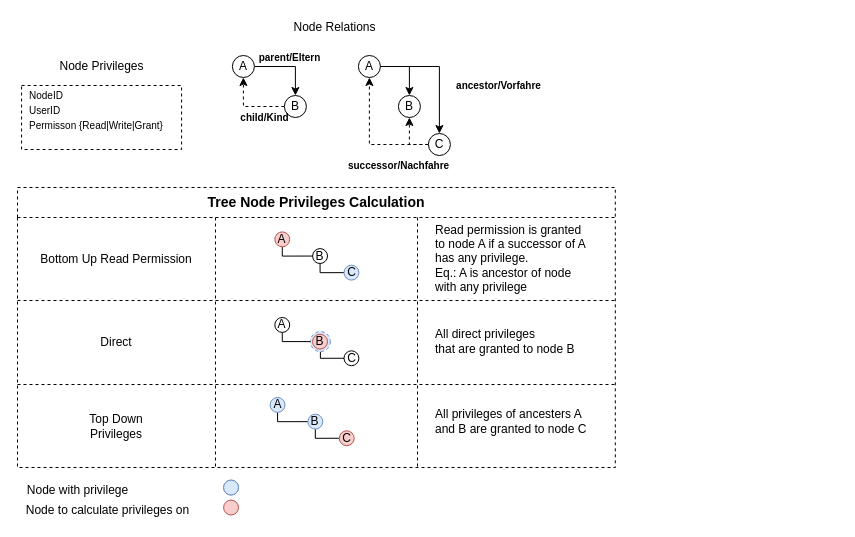
Before: docs/NodeRelations.drawio in BayCEER/bayeos-api, a draw.io diagram. Source tidied: cells renumbered, new cells numbered last; positions are measured from the earlier drawing's top-left corner, leaving out a move shared by most shapes. Both pictures are drawn from the tidied source at 100%, with x=0, y=0 at pixel (17, 17).
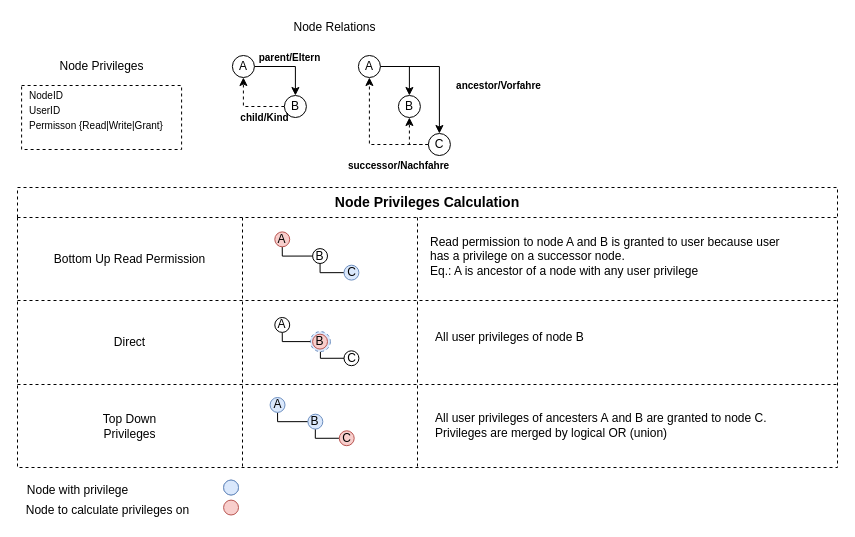
The same diagram, later.

Diff of the diagram source:
```diff
@@
-    <mxCell id="15" value="&lt;font style=&quot;font-size: 14px&quot;&gt;Tree Node Privileges Calculation&lt;/font&gt;" style="shape=table;html=1;whiteSpace=wrap;startSize=30;childLayout=tableLayout;fontStyle=1;align=center;dashed=1;" parent="1" vertex="1">
-      <mxGeometry y="170" width="597.8" height="280" as="geometry" />
+    <mxCell id="15" value="&lt;font style=&quot;font-size: 14px&quot;&gt;Node Privileges Calculation&lt;/font&gt;" style="shape=table;html=1;whiteSpace=wrap;startSize=30;childLayout=tableLayout;fontStyle=1;align=center;dashed=1;" parent="1" vertex="1">
+      <mxGeometry y="170" width="820" height="280" as="geometry" />
     </mxCell>
     <mxCell id="16" style="shape=partialRectangle;html=1;whiteSpace=wrap;fillColor=none;top=0;left=0;bottom=0;right=0;" parent="15" vertex="1">
-      <mxGeometry y="30" width="597.8" height="83" as="geometry" />
+      <mxGeometry y="30" width="820" height="83" as="geometry" />
     </mxCell>
     <mxCell id="17" value="Bottom Up Read Permission" style="shape=partialRectangle;html=1;whiteSpace=wrap;fillColor=none;top=0;left=0;bottom=0;right=0;overflow=hidden;" parent="16" vertex="1">
-      <mxGeometry width="198" height="83" as="geometry" />
+      <mxGeometry width="225" height="83" as="geometry" />
     </mxCell>
     <mxCell id="18" style="shape=partialRectangle;html=1;whiteSpace=wrap;fillColor=none;top=0;left=0;bottom=0;right=0;overflow=hidden;" parent="16" vertex="1">
-      <mxGeometry x="198" width="202" height="83" as="geometry" />
+      <mxGeometry x="225" width="175" height="83" as="geometry" />
     </mxCell>
     <mxCell id="19" style="shape=partialRectangle;html=1;whiteSpace=wrap;fillColor=none;top=0;left=0;bottom=0;right=0;overflow=hidden;" parent="16" vertex="1">
-      <mxGeometry x="400" width="198" height="83" as="geometry" />
+      <mxGeometry x="400" width="420" height="83" as="geometry" />
     </mxCell>
     <mxCell id="20" style="shape=partialRectangle;html=1;whiteSpace=wrap;fillColor=none;top=0;left=0;bottom=0;right=0;" parent="15" vertex="1">
-      <mxGeometry y="113" width="597.8" height="84" as="geometry" />
+      <mxGeometry y="113" width="820" height="84" as="geometry" />
     </mxCell>
     <mxCell id="21" value="Direct" style="shape=partialRectangle;html=1;whiteSpace=wrap;fillColor=none;top=0;left=0;bottom=0;right=0;overflow=hidden;" parent="20" vertex="1">
-      <mxGeometry width="198" height="84" as="geometry" />
+      <mxGeometry width="225" height="84" as="geometry" />
     </mxCell>
     <mxCell id="22" style="shape=partialRectangle;html=1;whiteSpace=wrap;fillColor=none;top=0;left=0;bottom=0;right=0;overflow=hidden;" parent="20" vertex="1">
-      <mxGeometry x="198" width="202" height="84" as="geometry" />
+      <mxGeometry x="225" width="175" height="84" as="geometry" />
     </mxCell>
     <mxCell id="23" style="shape=partialRectangle;html=1;whiteSpace=wrap;fillColor=none;top=0;left=0;bottom=0;right=0;overflow=hidden;" parent="20" vertex="1">
-      <mxGeometry x="400" width="198" height="84" as="geometry" />
+      <mxGeometry x="400" width="420" height="84" as="geometry" />
     </mxCell>
     <mxCell id="24" style="shape=partialRectangle;html=1;whiteSpace=wrap;fillColor=none;top=0;left=0;bottom=0;right=0;" parent="15" vertex="1">
-      <mxGeometry y="197" width="597.8" height="83" as="geometry" />
+      <mxGeometry y="197" width="820" height="83" as="geometry" />
     </mxCell>
     <mxCell id="25" value="Top Down&lt;br&gt;Privileges" style="shape=partialRectangle;html=1;whiteSpace=wrap;fillColor=none;top=0;left=0;bottom=0;right=0;overflow=hidden;" parent="24" vertex="1">
-      <mxGeometry width="198" height="83" as="geometry" />
+      <mxGeometry width="225" height="83" as="geometry" />
     </mxCell>
     <mxCell id="26" style="shape=partialRectangle;html=1;whiteSpace=wrap;fillColor=none;top=0;left=0;bottom=0;right=0;overflow=hidden;" parent="24" vertex="1">
-      <mxGeometry x="198" width="202" height="83" as="geometry" />
+      <mxGeometry x="225" width="175" height="83" as="geometry" />
     </mxCell>
     <mxCell id="27" style="shape=partialRectangle;html=1;whiteSpace=wrap;fillColor=none;top=0;left=0;bottom=0;right=0;overflow=hidden;" parent="24" vertex="1">
-      <mxGeometry x="400" width="198" height="83" as="geometry" />
+      <mxGeometry x="400" width="420" height="83" as="geometry" />
     </mxCell>
@@
-    <mxCell id="47" value="&lt;div&gt;&lt;/div&gt;Read permission is granted &lt;br&gt;to node A if a successor of A&lt;br&gt;has any privilege.&lt;br&gt;Eq.: A is ancestor of node&amp;nbsp;&lt;br&gt;with any privilege" style="text;html=1;align=left;verticalAlign=middle;fillColor=none;strokeColor=none;rounded=0;dashed=1;fontColor=#000000;" parent="1" vertex="1">
-      <mxGeometry x="416.1" y="205.6" width="170" height="70" as="geometry" />
+    <mxCell id="47" value="&lt;div&gt;&lt;/div&gt;Read permission to node A and B is granted to user because user &lt;br&gt;has a privilege on a successor node.&lt;br&gt;Eq.: A is ancestor of a node&amp;nbsp;with any user privilege" style="text;html=1;align=left;verticalAlign=middle;fillColor=none;strokeColor=none;rounded=0;dashed=1;fontColor=#000000;" parent="1" vertex="1">
+      <mxGeometry x="410.9" y="208.5" width="370" height="60" as="geometry" />
     </mxCell>
-    <mxCell id="48" value="All direct privileges&amp;nbsp;&lt;br&gt;that are granted to node B" style="text;html=1;align=left;verticalAlign=middle;fillColor=none;strokeColor=none;rounded=0;dashed=1;fontColor=#000000;" parent="1" vertex="1">
-      <mxGeometry x="416.1" y="304.1" width="160" height="40" as="geometry" />
+    <mxCell id="48" value="All user privileges of node B" style="text;html=1;align=left;verticalAlign=middle;fillColor=none;strokeColor=none;rounded=0;dashed=1;fontColor=#000000;" parent="1" vertex="1">
+      <mxGeometry x="416" y="305" width="170" height="30" as="geometry" />
     </mxCell>
-    <mxCell id="49" value="All privileges of ancesters A&amp;nbsp;&lt;br&gt;and B are granted to node C" style="text;html=1;align=left;verticalAlign=middle;fillColor=none;strokeColor=none;rounded=0;dashed=1;fontColor=#000000;" parent="1" vertex="1">
-      <mxGeometry x="416.1" y="384.1" width="170" height="40" as="geometry" />
+    <mxCell id="49" value="All user privileges of ancesters A&amp;nbsp;and B are granted to node C.&lt;br&gt;Privileges are merged by logical OR (union)" style="text;html=1;align=left;verticalAlign=middle;fillColor=none;strokeColor=none;rounded=0;dashed=1;fontColor=#000000;" parent="1" vertex="1">
+      <mxGeometry x="416" y="388.2" width="350" height="40" as="geometry" />
     </mxCell>
```
